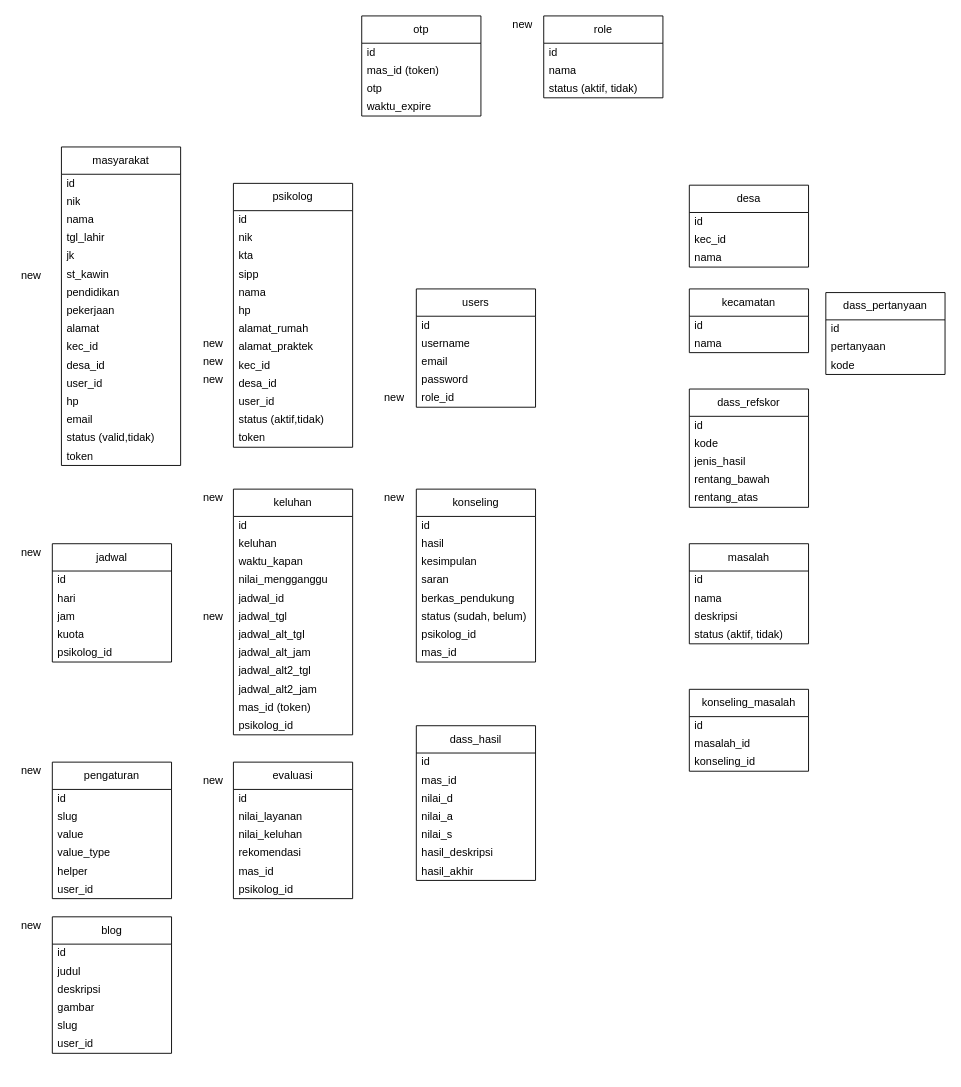
zeneight/drawio keeps this draw.io diagram as env_designs/erd_dmb.drawio. Above is the earlier version. Source tidied: cells renumbered, new cells numbered last; positions are measured from the earlier drawing's top-left corner, leaving out a move shared by most shapes. Both pictures are drawn from the tidied source at 91%, with x=0, y=0 at pixel (15, 15).
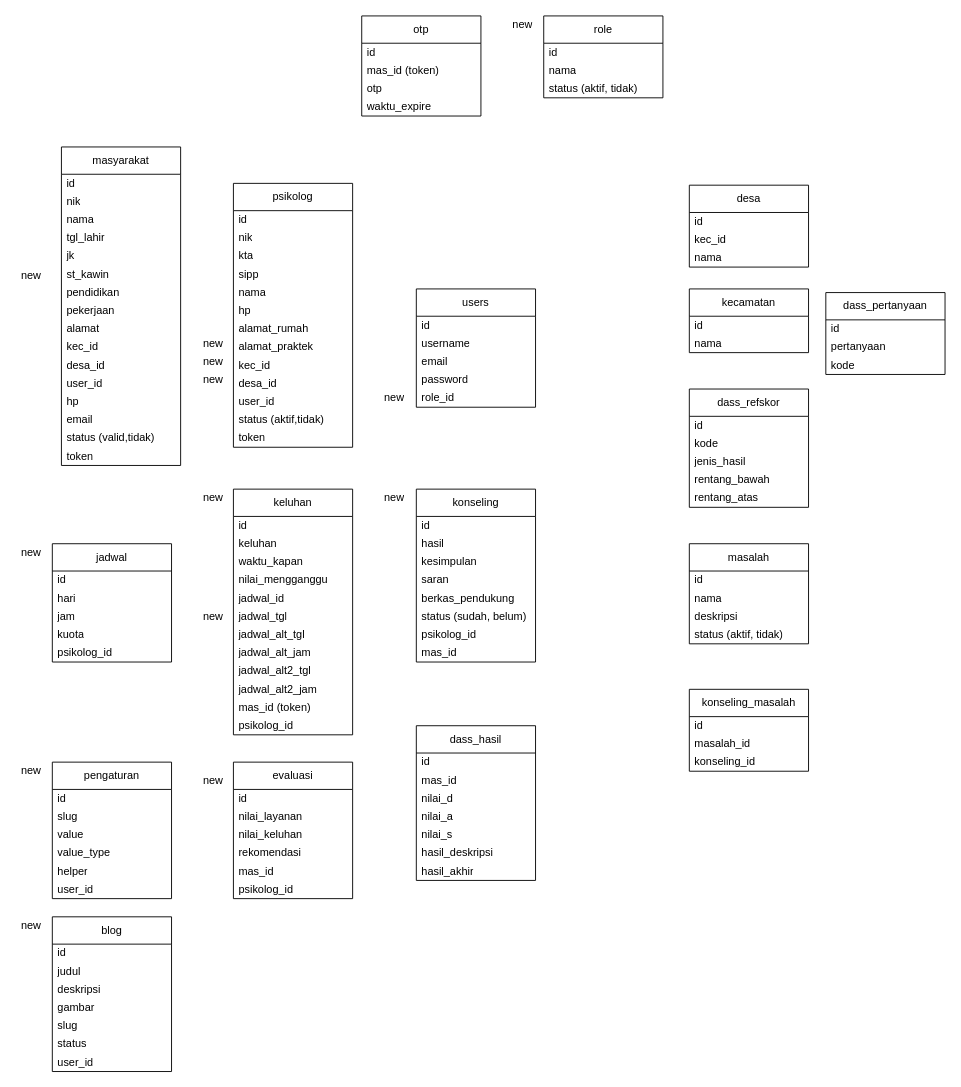
The same diagram, later.

Diff of the diagram source:
```diff
@@
     <mxCell id="135" value="blog" style="swimlane;fontStyle=0;horizontal=1;startSize=30;whiteSpace=wrap;html=1;" parent="1" vertex="1">
-      <mxGeometry x="40" y="990" width="131" height="150" as="geometry" />
+      <mxGeometry x="40" y="990" width="131" height="170" as="geometry" />
     </mxCell>
@@
+    <mxCell id="144" value="status" style="text;strokeColor=none;fillColor=none;align=left;verticalAlign=middle;spacingLeft=4;spacingRight=4;overflow=hidden;whiteSpace=wrap;html=1;" parent="135" vertex="1">
+      <mxGeometry y="130" width="131" height="20" as="geometry" />
+    </mxCell>
     <mxCell id="141" value="user_id" style="text;strokeColor=none;fillColor=none;align=left;verticalAlign=middle;spacingLeft=4;spacingRight=4;overflow=hidden;whiteSpace=wrap;html=1;" parent="135" vertex="1">
-      <mxGeometry y="130" width="131" height="20" as="geometry" />
+      <mxGeometry y="150" width="131" height="20" as="geometry" />
     </mxCell>
```
